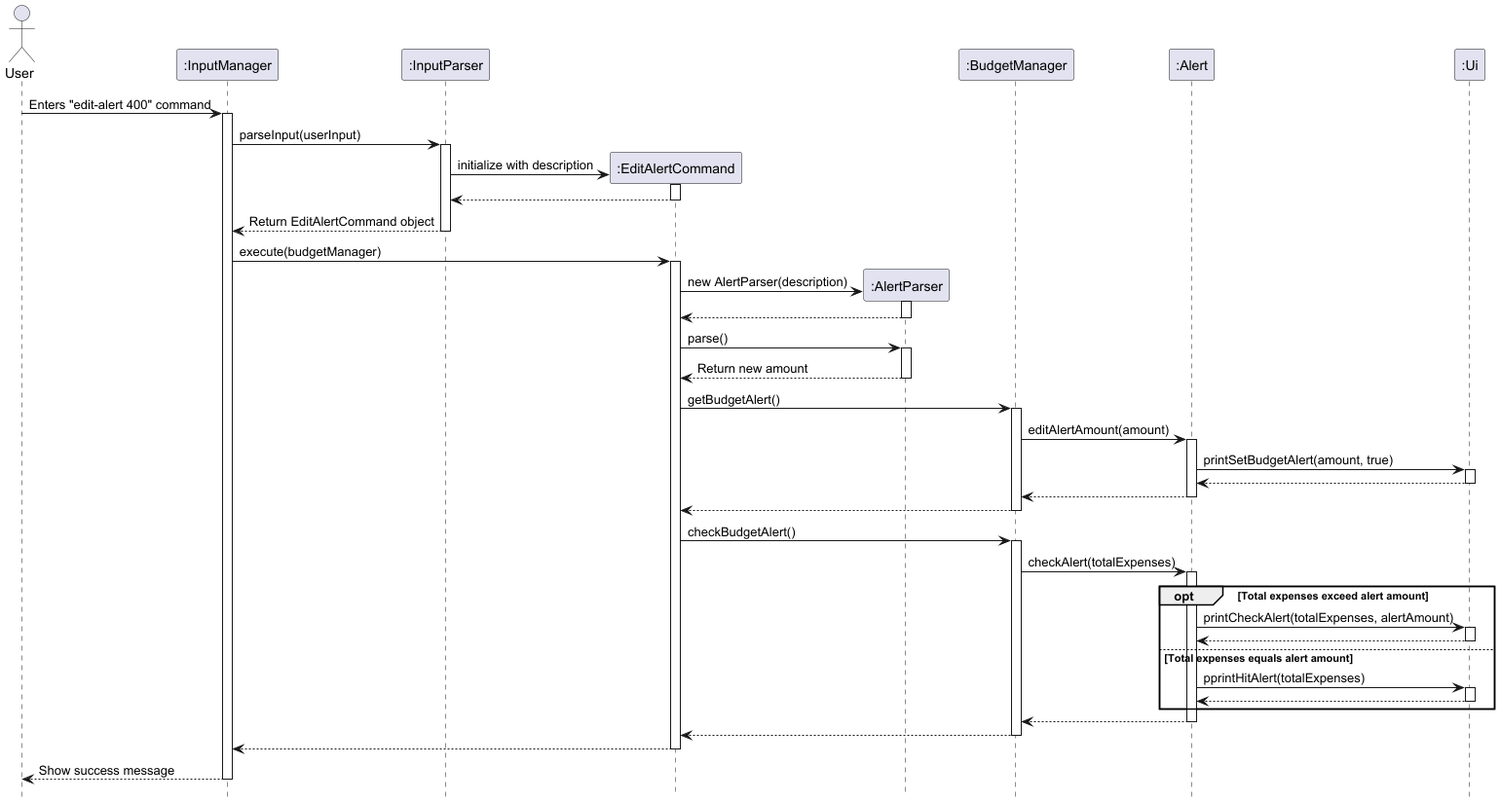
Above: docs/diagrams/EditAlertSequenceDiagram.png in AY2425S2-CS2113-T12-4/tp (PlantUML), before the change. Its source is kept beside it as docs/diagrams/EditAlertSequenceDiagram.puml.
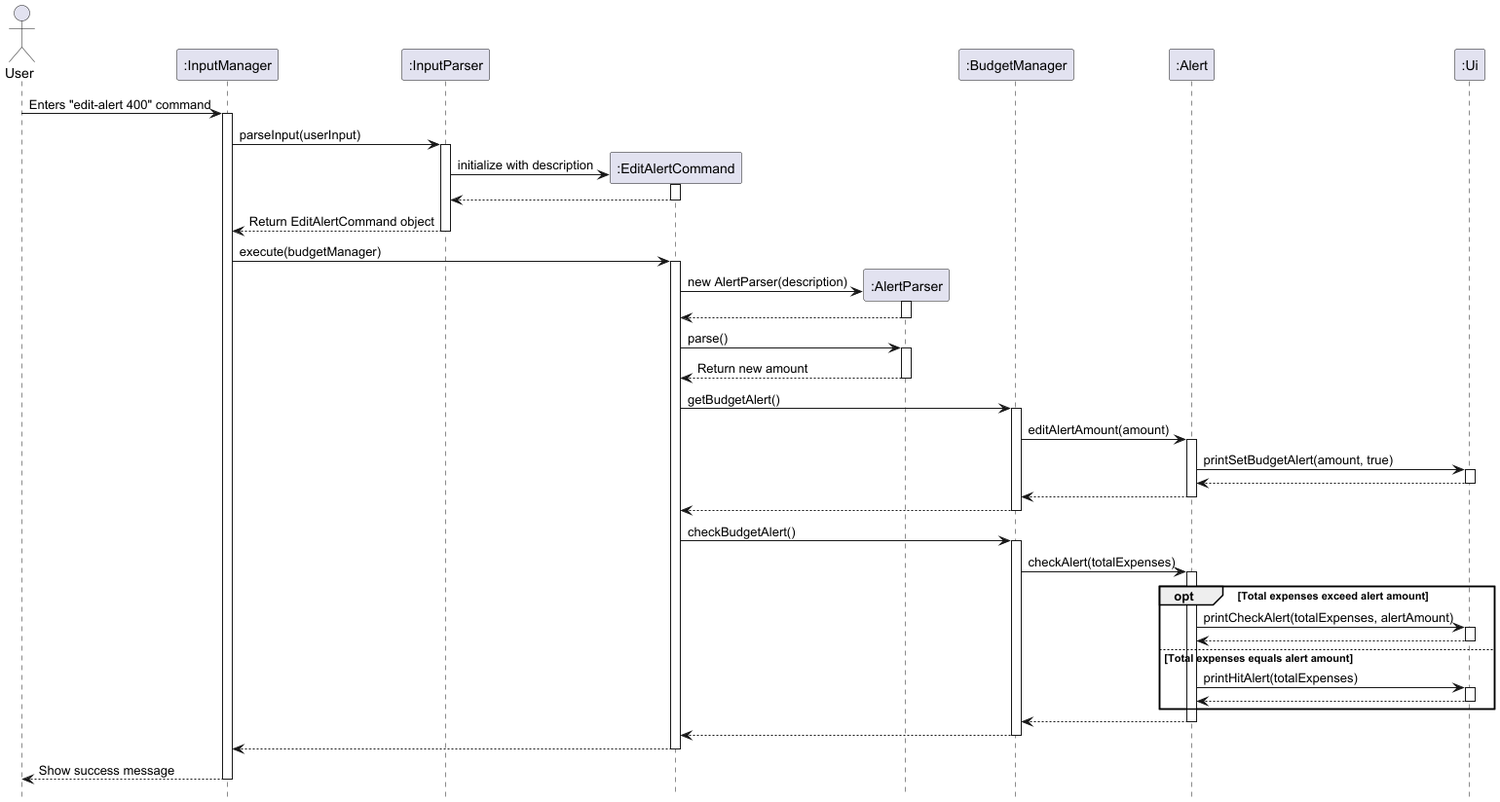
Later version of the same file.

Commit message:
Update sequence diagrams to fix bugs

Change to the diagram source:
```diff
@@ -56,7 +56,7 @@
 UI --> A
 deactivate UI
 else Total expenses equals alert amount
-A -> UI: pprintHitAlert(totalExpenses)
+A -> UI: printHitAlert(totalExpenses)
 activate UI
 UI --> A
 deactivate UI
```
